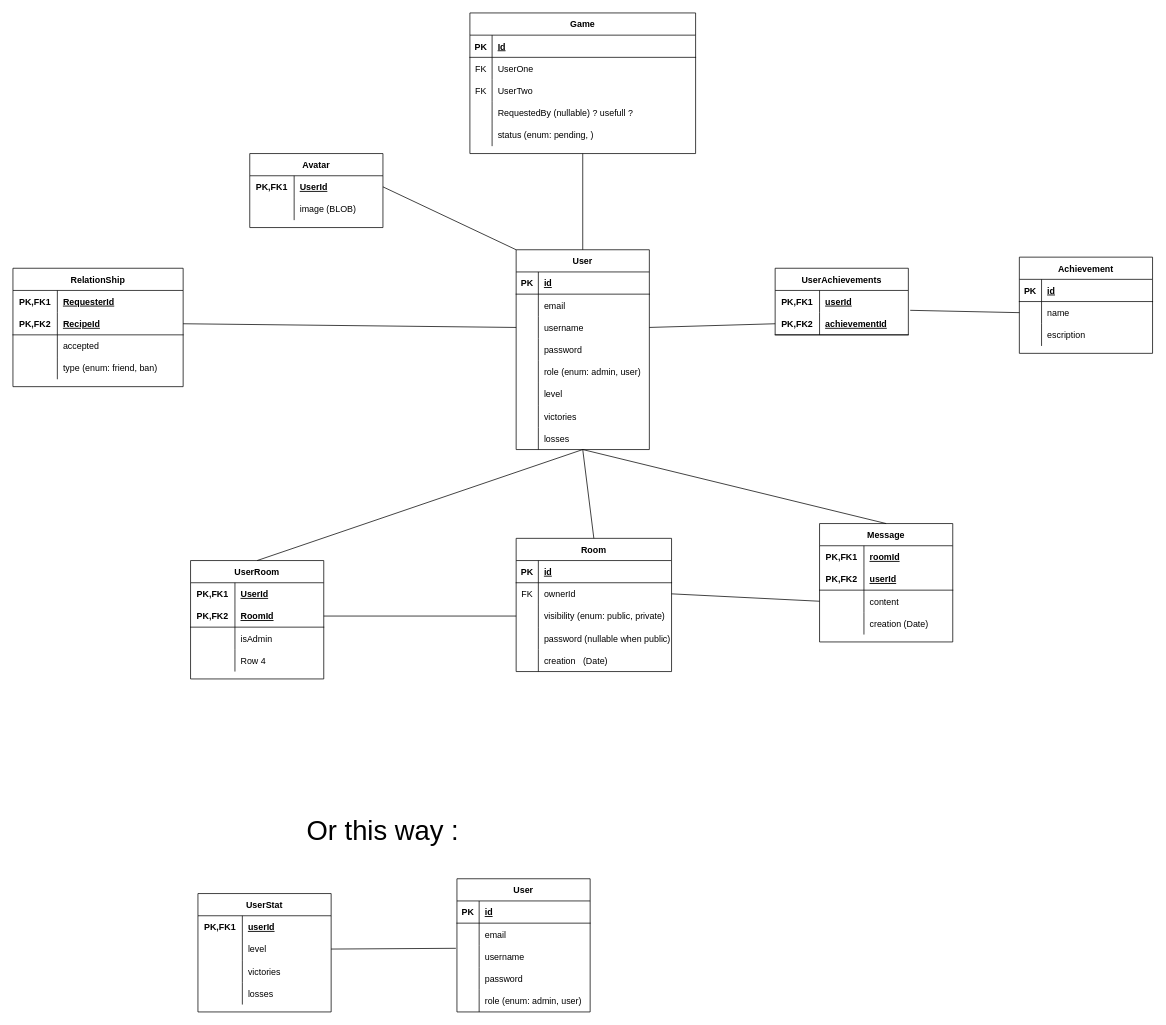
This is reference/db-schema-tables.drawio from Working-From-Home/ft_transcendence, a draw.io file, before an edit. Source tidied: cells renumbered, new cells numbered last; positions are measured from the earlier drawing's top-left corner, leaving out a move shared by most shapes. Both pictures are drawn from the tidied source at 74%, with x=0, y=0 at pixel (13, 13).
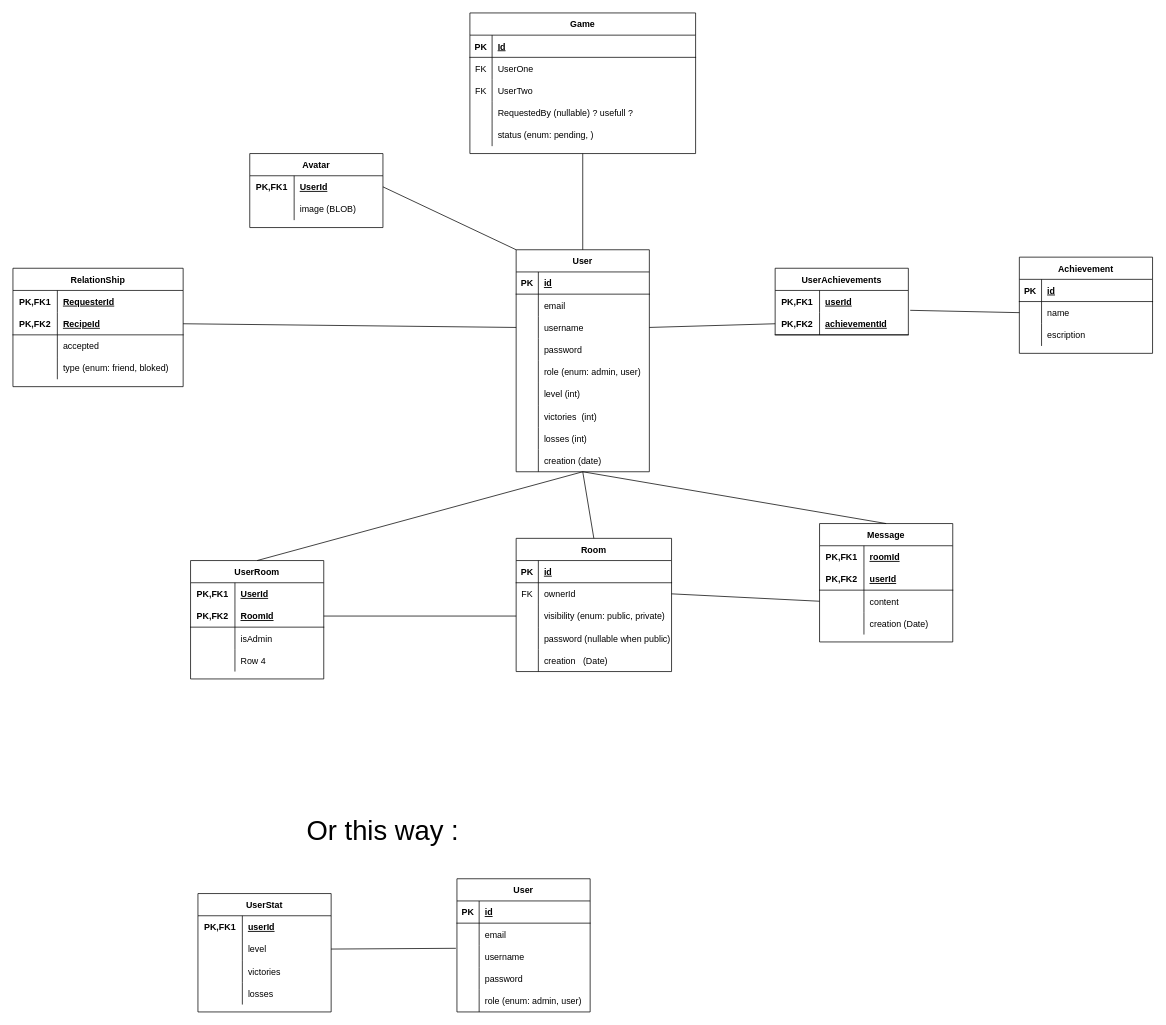
Above is the later version.

Commit message (it also covers changes not shown here):
poc db schema

Unchanged cells that the change refers to:
```xml
<mxCell id="18" style="shape=partialRectangle;fillColor=none;top=0;left=0;bottom=0;right=0;" parent="2" vertex="1">
  <mxGeometry y="180" width="180" height="30" as="geometry" />
</mxCell>
<mxCell id="21" style="shape=partialRectangle;fillColor=none;top=0;left=0;bottom=0;right=0;" parent="2" vertex="1">
  <mxGeometry y="210" width="180" height="30" as="geometry" />
</mxCell>
<mxCell id="24" style="shape=partialRectangle;fillColor=none;top=0;left=0;bottom=0;right=0;" parent="2" vertex="1">
  <mxGeometry y="240" width="180" height="30" as="geometry" />
</mxCell>
<mxCell id="56" style="shape=partialRectangle;fillColor=none;top=0;left=0;bottom=0;right=0;" parent="46" vertex="1">
  <mxGeometry y="120" width="230" height="30" as="geometry" />
</mxCell>
```

Change to the diagram source:
```diff
@@
     <mxCell id="2" value="User" style="shape=table;startSize=30;childLayout=tableLayout;rowLines=0;fontStyle=1;align=center;" parent="1" vertex="1">
-      <mxGeometry x="680" y="320" width="180" height="270" as="geometry" />
+      <mxGeometry x="680" y="320" width="180" height="300" as="geometry" />
     </mxCell>
@@
-    <mxCell id="20" value="level" style="shape=partialRectangle;fillColor=none;top=0;left=0;bottom=0;right=0;align=left;spacingLeft=6;overflow=hidden;" parent="18" vertex="1">
+    <mxCell id="20" value="level (int)" style="shape=partialRectangle;fillColor=none;top=0;left=0;bottom=0;right=0;align=left;spacingLeft=6;overflow=hidden;" parent="18" vertex="1">
       <mxGeometry x="30" width="150" height="30" as="geometry" />
     </mxCell>
@@
-    <mxCell id="23" value="victories" style="shape=partialRectangle;fillColor=none;top=0;left=0;bottom=0;right=0;align=left;spacingLeft=6;overflow=hidden;" parent="21" vertex="1">
+    <mxCell id="23" value="victories  (int)" style="shape=partialRectangle;fillColor=none;top=0;left=0;bottom=0;right=0;align=left;spacingLeft=6;overflow=hidden;" parent="21" vertex="1">
       <mxGeometry x="30" width="150" height="30" as="geometry" />
     </mxCell>
@@
-    <mxCell id="26" value="losses" style="shape=partialRectangle;fillColor=none;top=0;left=0;bottom=0;right=0;align=left;spacingLeft=6;overflow=hidden;" parent="24" vertex="1">
+    <mxCell id="26" value="losses (int)" style="shape=partialRectangle;fillColor=none;top=0;left=0;bottom=0;right=0;align=left;spacingLeft=6;overflow=hidden;" parent="24" vertex="1">
       <mxGeometry x="30" width="150" height="30" as="geometry" />
     </mxCell>
+    <mxCell id="163" style="shape=partialRectangle;fillColor=none;top=0;left=0;bottom=0;right=0;" parent="2" vertex="1">
+      <mxGeometry y="270" width="180" height="30" as="geometry" />
+    </mxCell>
+    <mxCell id="164" style="shape=partialRectangle;fillColor=none;top=0;left=0;bottom=0;right=0;overflow=hidden;" parent="163" vertex="1">
+      <mxGeometry width="30" height="30" as="geometry" />
+    </mxCell>
+    <mxCell id="165" value="creation (date)" style="shape=partialRectangle;fillColor=none;top=0;left=0;bottom=0;right=0;align=left;spacingLeft=6;overflow=hidden;" parent="163" vertex="1">
+      <mxGeometry x="30" width="150" height="30" as="geometry" />
+    </mxCell>
@@
-    <mxCell id="58" value="type (enum: friend, ban)" style="shape=partialRectangle;fillColor=none;top=0;left=0;bottom=0;right=0;align=left;spacingLeft=6;overflow=hidden;" parent="56" vertex="1">
+    <mxCell id="58" value="type (enum: friend, bloked)" style="shape=partialRectangle;fillColor=none;top=0;left=0;bottom=0;right=0;align=left;spacingLeft=6;overflow=hidden;" parent="56" vertex="1">
       <mxGeometry x="60" width="170" height="30" as="geometry" />
     </mxCell>
```
